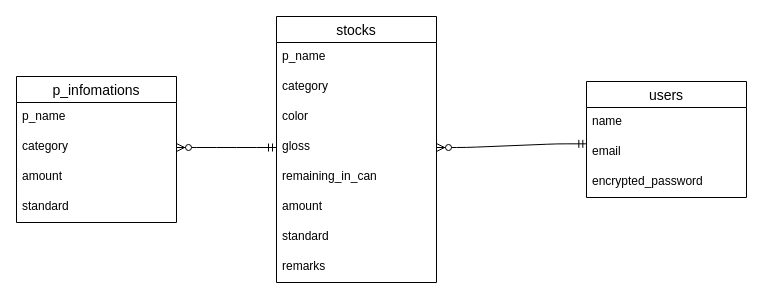
Earlier version of the draw.io diagram e-s-paint.dio (ohkuma90/e-s-paint). Source tidied: cells renumbered, new cells numbered last; positions are measured from the earlier drawing's top-left corner, leaving out a move shared by most shapes. Both pictures are drawn from the tidied source at 100%, with x=0, y=0 at pixel (16, 16).
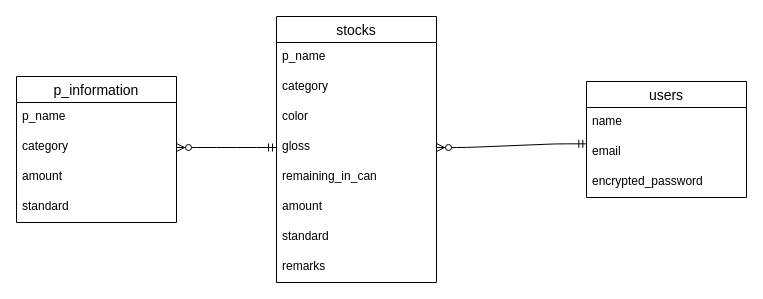
After the change.

Change to the diagram source:
```diff
@@
-    <mxCell id="16" value="p_infomations" style="swimlane;fontStyle=0;horizontal=1;startSize=26;align=center;fontSize=14;" parent="1" vertex="1">
+    <mxCell id="16" value="p_information" style="swimlane;fontStyle=0;horizontal=1;startSize=26;align=center;fontSize=14;" parent="1" vertex="1">
       <mxGeometry y="60" width="160" height="146" as="geometry" />
     </mxCell>
```
